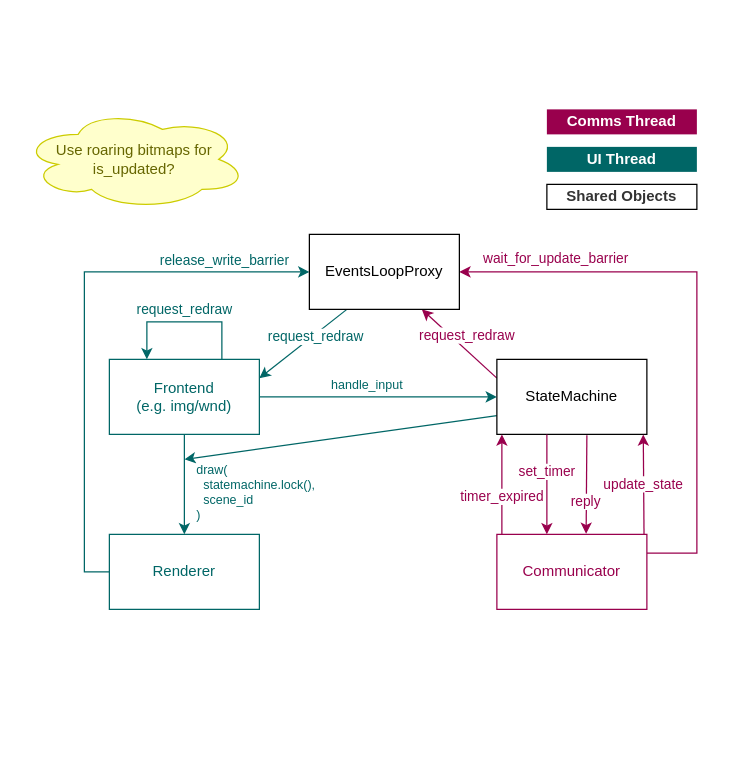
Above: boldui_renderer/design.drawio in Wazzaps/boldui (draw.io), before the change. Source tidied: cells renumbered, new cells numbered last; positions are measured from the earlier drawing's top-left corner, leaving out a move shared by most shapes. Both pictures are drawn from the tidied source at 125%, with x=0, y=0 at pixel (21, 109).
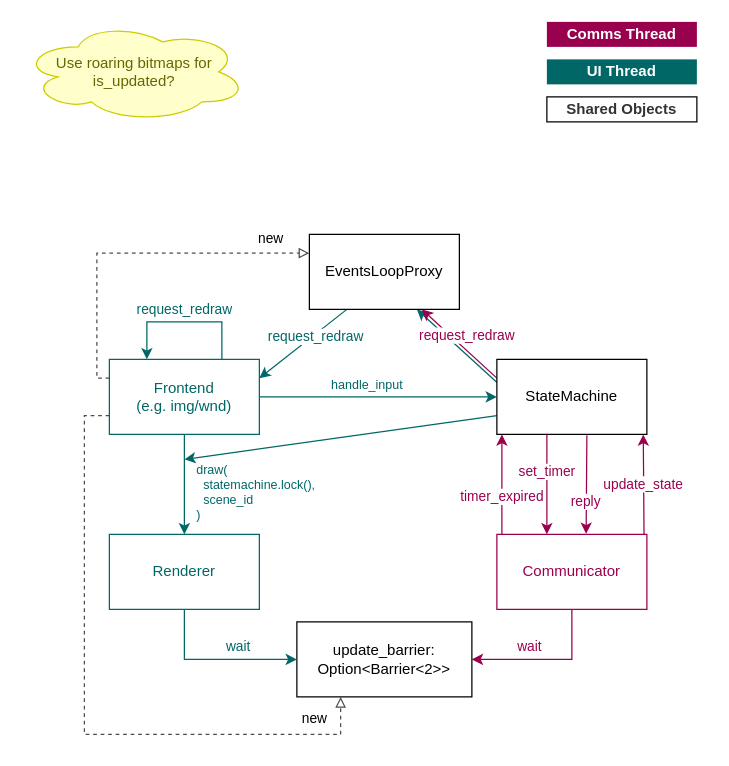
After the change.

Unchanged cells that the change refers to:
```xml
<mxCell id="5" value="StateMachine" style="rounded=0;whiteSpace=wrap;html=1;" parent="1" vertex="1">
  <mxGeometry x="380" y="200" width="120" height="60" as="geometry" />
</mxCell>
<mxCell id="8" value="Renderer&lt;br&gt;" style="rounded=0;whiteSpace=wrap;html=1;strokeColor=#006666;fontColor=#006666;" parent="1" vertex="1">
  <mxGeometry x="70" y="340" width="120" height="60" as="geometry" />
</mxCell>
<mxCell id="11" value="Communicator" style="rounded=0;whiteSpace=wrap;html=1;strokeColor=#99004D;fontColor=#99004D;" parent="1" vertex="1">
  <mxGeometry x="380" y="340" width="120" height="60" as="geometry" />
</mxCell>
<mxCell id="14" value="Frontend&lt;br&gt;(e.g. img/wnd)" style="rounded=0;whiteSpace=wrap;html=1;strokeColor=#006666;fontColor=#006666;" parent="1" vertex="1">
  <mxGeometry x="70" y="200" width="120" height="60" as="geometry" />
</mxCell>
<mxCell id="16" value="EventsLoopProxy" style="rounded=0;whiteSpace=wrap;html=1;" parent="1" vertex="1">
  <mxGeometry x="230" y="100" width="120" height="60" as="geometry" />
</mxCell>
```

What changed in the source:
```diff
@@
+    <mxCell id="24" style="rounded=0;jettySize=auto;html=1;exitX=0.001;exitY=0.309;exitDx=0;exitDy=0;fontColor=#99004D;entryX=0.75;entryY=1;entryDx=0;entryDy=0;strokeColor=#006666;exitPerimeter=0;" parent="1" edge="1" source="5">
+      <mxGeometry x="0.01" y="-9" relative="1" as="geometry">
+        <mxPoint x="316" y="160" as="targetPoint" />
+      </mxGeometry>
+    </mxCell>
@@
-    <mxCell id="6" style="edgeStyle=orthogonalEdgeStyle;rounded=0;jettySize=auto;html=1;entryX=0;entryY=0.5;entryDx=0;entryDy=0;fontColor=#006666;strokeColor=#006666;" parent="1" edge="1" source="8" target="16">
+    <mxCell id="6" style="edgeStyle=orthogonalEdgeStyle;rounded=0;jettySize=auto;html=1;entryX=0;entryY=0.5;entryDx=0;entryDy=0;fontColor=#006666;strokeColor=#006666;exitX=0.5;exitY=1;exitDx=0;exitDy=0;" parent="1" edge="1" source="8" target="27">
       <mxGeometry relative="1" as="geometry">
         <Array as="points">
-          <mxPoint x="50" y="370" />
-          <mxPoint x="50" y="130" />
+          <mxPoint x="130" y="440" />
         </Array>
       </mxGeometry>
     </mxCell>
-    <mxCell id="7" value="release_write_barrier" style="edgeLabel;html=1;align=center;verticalAlign=middle;fontColor=#006666;" parent="6" vertex="1">
+    <mxCell id="7" value="wait" style="edgeLabel;html=1;align=center;verticalAlign=middle;fontColor=#006666;" parent="6" vertex="1">
       <mxGeometry x="0.72" relative="1" as="geometry">
-        <mxPoint x="-7" y="-10" as="offset" />
+        <mxPoint x="-30" y="-11" as="offset" />
       </mxGeometry>
     </mxCell>
@@
-    <mxCell id="10" value="wait_for_update_barrier" style="edgeStyle=orthogonalEdgeStyle;rounded=0;jettySize=auto;html=1;exitX=1;exitY=0.25;exitDx=0;exitDy=0;entryX=1;entryY=0.5;entryDx=0;entryDy=0;strokeColor=#99004D;fontColor=#99004D;" parent="1" edge="1" source="11" target="16">
-      <mxGeometry x="0.66" y="-11" relative="1" as="geometry">
+    <mxCell id="10" value="wait" style="edgeStyle=orthogonalEdgeStyle;rounded=0;jettySize=auto;html=1;exitX=0.5;exitY=1;exitDx=0;exitDy=0;entryX=1;entryY=0.5;entryDx=0;entryDy=0;strokeColor=#99004D;fontColor=#99004D;" parent="1" edge="1" source="11" target="27">
+      <mxGeometry x="0.23" y="-10" relative="1" as="geometry">
         <Array as="points">
-          <mxPoint x="540" y="355" />
-          <mxPoint x="540" y="130" />
+          <mxPoint x="440" y="440" />
         </Array>
       </mxGeometry>
     </mxCell>
@@
+    <mxCell id="25" style="edgeStyle=orthogonalEdgeStyle;rounded=0;jettySize=auto;html=1;exitX=0;exitY=0.75;exitDx=0;exitDy=0;entryX=0.25;entryY=1;entryDx=0;entryDy=0;fontColor=#006666;dashed=1;strokeColor=#4D4D4D;endArrow=block;endFill=0;" parent="1" edge="1" source="14" target="27">
+      <mxGeometry relative="1" as="geometry">
+        <Array as="points">
+          <mxPoint x="50" y="245" />
+          <mxPoint x="50" y="500" />
+          <mxPoint x="255" y="500" />
+        </Array>
+      </mxGeometry>
+    </mxCell>
+    <mxCell id="26" value="&lt;font color=&quot;#000000&quot;&gt;new&lt;/font&gt;" style="edgeLabel;html=1;align=center;verticalAlign=middle;fontColor=#006666;" parent="25" vertex="1">
+      <mxGeometry x="0.66" relative="1" as="geometry">
+        <mxPoint x="35" y="-14" as="offset" />
+      </mxGeometry>
+    </mxCell>
@@
     <mxCell id="17" value="Use roaring bitmaps for is_updated?" style="ellipse;shape=cloud;whiteSpace=wrap;html=1;strokeColor=#CCCC00;fillColor=#FFFFCC;fontColor=#666600;" parent="1" vertex="1">
-      <mxGeometry width="180" height="80" as="geometry" />
+      <mxGeometry y="-70" width="180" height="80" as="geometry" />
     </mxCell>
     <mxCell id="18" value="&lt;font color=&quot;#ffffff&quot;&gt;&lt;b&gt;Comms Thread&lt;/b&gt;&lt;/font&gt;" style="rounded=0;whiteSpace=wrap;html=1;fontColor=#333333;strokeColor=none;fillColor=#99004D;" parent="1" vertex="1">
-      <mxGeometry x="420" width="120" height="20" as="geometry" />
+      <mxGeometry x="420" y="-70" width="120" height="20" as="geometry" />
     </mxCell>
     <mxCell id="19" value="&lt;b&gt;&lt;font color=&quot;#ffffff&quot;&gt;UI Thread&lt;/font&gt;&lt;/b&gt;" style="rounded=0;whiteSpace=wrap;html=1;fontColor=#333333;fillColor=#006666;strokeColor=none;" parent="1" vertex="1">
-      <mxGeometry x="420" y="30" width="120" height="20" as="geometry" />
+      <mxGeometry x="420" y="-40" width="120" height="20" as="geometry" />
     </mxCell>
@@
     <mxCell id="23" value="&lt;span&gt;&lt;font&gt;Shared Objects&lt;/font&gt;&lt;/span&gt;" style="rounded=0;whiteSpace=wrap;html=1;fillColor=#FFFFFF;fontColor=#333333;fontStyle=1;" parent="1" vertex="1">
-      <mxGeometry x="420" y="60" width="120" height="20" as="geometry" />
+      <mxGeometry x="420" y="-10" width="120" height="20" as="geometry" />
     </mxCell>
+    <mxCell id="27" value="update_barrier: Option&amp;lt;Barrier&amp;lt;2&amp;gt;&amp;gt;" style="rounded=0;whiteSpace=wrap;html=1;" parent="1" vertex="1">
+      <mxGeometry x="220" y="410" width="140" height="60" as="geometry" />
+    </mxCell>
+    <mxCell id="28" style="edgeStyle=orthogonalEdgeStyle;rounded=0;jettySize=auto;html=1;exitX=0;exitY=0.25;exitDx=0;exitDy=0;entryX=0;entryY=0.25;entryDx=0;entryDy=0;fontColor=#006666;dashed=1;strokeColor=#4D4D4D;endArrow=block;endFill=0;" parent="1" edge="1" source="14" target="16">
+      <mxGeometry relative="1" as="geometry">
+        <Array as="points">
+          <mxPoint x="60" y="215" />
+          <mxPoint x="60" y="115" />
+        </Array>
+      </mxGeometry>
+    </mxCell>
+    <mxCell id="29" value="&lt;font color=&quot;#000000&quot;&gt;new&lt;/font&gt;" style="edgeLabel;html=1;align=center;verticalAlign=middle;fontColor=#006666;" parent="28" vertex="1">
+      <mxGeometry x="0.66" relative="1" as="geometry">
+        <mxPoint x="16" y="-13" as="offset" />
+      </mxGeometry>
+    </mxCell>
```
